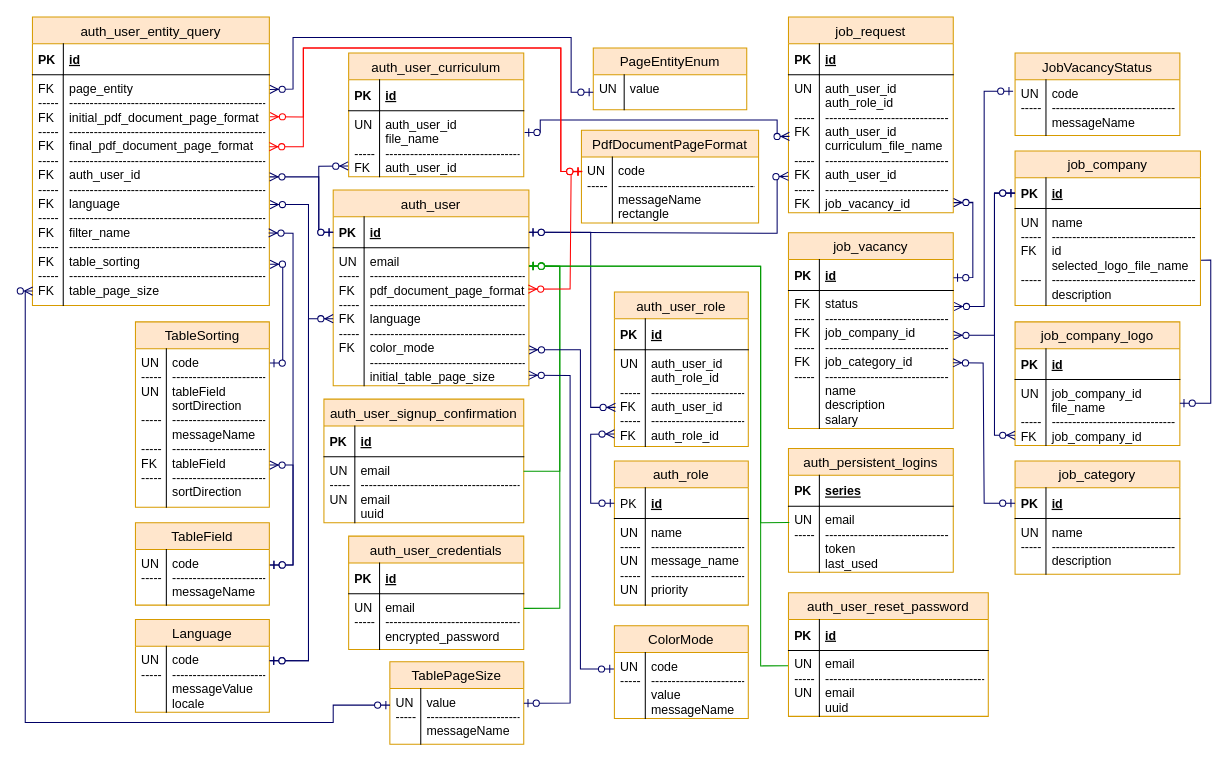
Above: documentation/Entity-Relationship-Diagram.drawio in Aliuken/JobVacanciesApp_Java11 (draw.io), before the change. Source tidied: cells renumbered, new cells numbered last; positions are measured from the earlier drawing's top-left corner, leaving out a move shared by most shapes. Both pictures are drawn from the tidied source at 103%, with x=0, y=0 at pixel (25, 16).
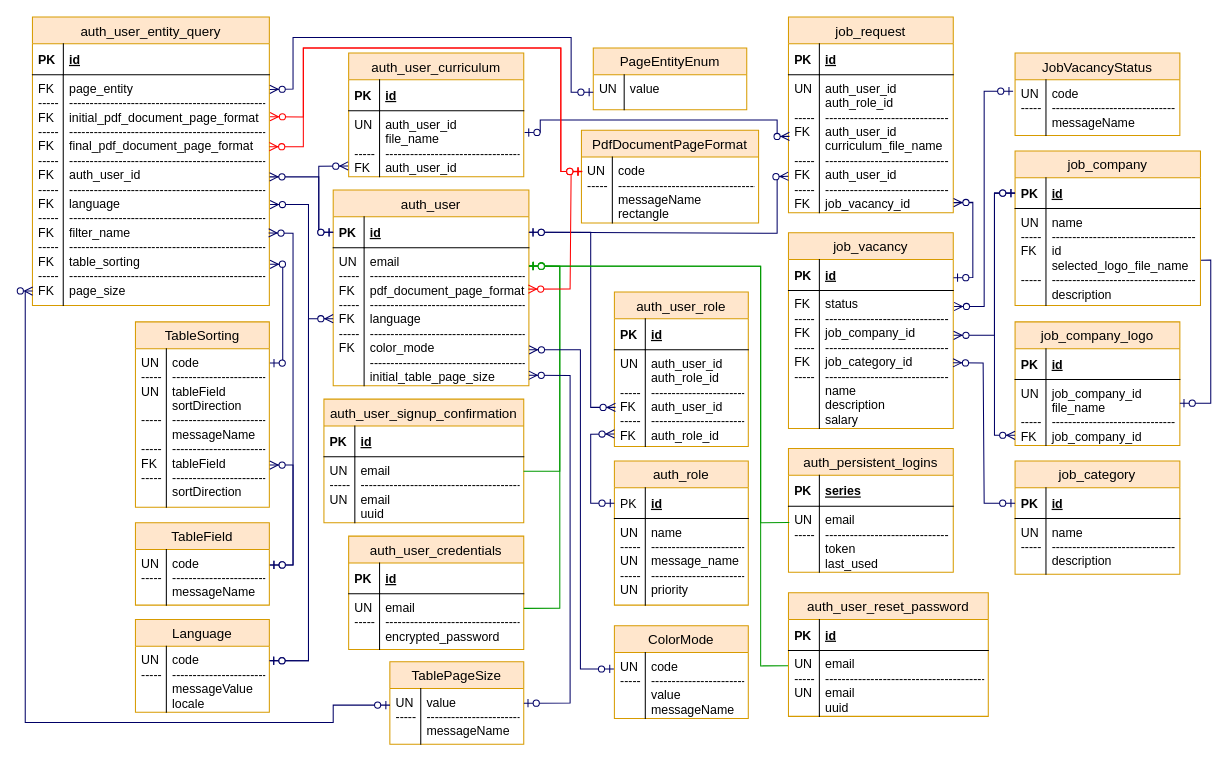
Above is the later version.

The change refers to these unchanged cells:
```xml
<mxCell id="92" value="auth_user_entity_query" style="swimlane;fontStyle=0;horizontal=1;startSize=26;fillColor=#ffe6cc;swimlaneFillColor=#ffffff;align=center;strokeWidth=1;fontSize=13;strokeColor=#d79b00;" parent="1" vertex="1">
  <mxGeometry x="7" width="230" height="280" as="geometry" />
</mxCell>
```

What changed in the source:
```diff
@@
-    <mxCell id="95" value="page_entity&#10;------------------------------------------------&#10;initial_pdf_document_page_format&#10;------------------------------------------------&#10;final_pdf_document_page_format&#10;------------------------------------------------&#10;auth_user_id&#10;------------------------------------------------&#10;language&#10;------------------------------------------------&#10;filter_name&#10;------------------------------------------------&#10;table_sorting&#10;------------------------------------------------&#10;table_page_size" style="shape=partialRectangle;top=0;left=0;right=0;bottom=0;align=left;verticalAlign=top;fillColor=none;spacingLeft=34;spacingRight=4;overflow=hidden;points=[[0,0.5],[1,0.5]];portConstraint=eastwest;fontStyle=0;" parent="92" vertex="1">
+    <mxCell id="95" value="page_entity&#10;------------------------------------------------&#10;initial_pdf_document_page_format&#10;------------------------------------------------&#10;final_pdf_document_page_format&#10;------------------------------------------------&#10;auth_user_id&#10;------------------------------------------------&#10;language&#10;------------------------------------------------&#10;filter_name&#10;------------------------------------------------&#10;table_sorting&#10;------------------------------------------------&#10;page_size" style="shape=partialRectangle;top=0;left=0;right=0;bottom=0;align=left;verticalAlign=top;fillColor=none;spacingLeft=34;spacingRight=4;overflow=hidden;points=[[0,0.5],[1,0.5]];portConstraint=eastwest;fontStyle=0;" parent="92" vertex="1">
       <mxGeometry y="56" width="230" height="224" as="geometry" />
     </mxCell>
```
